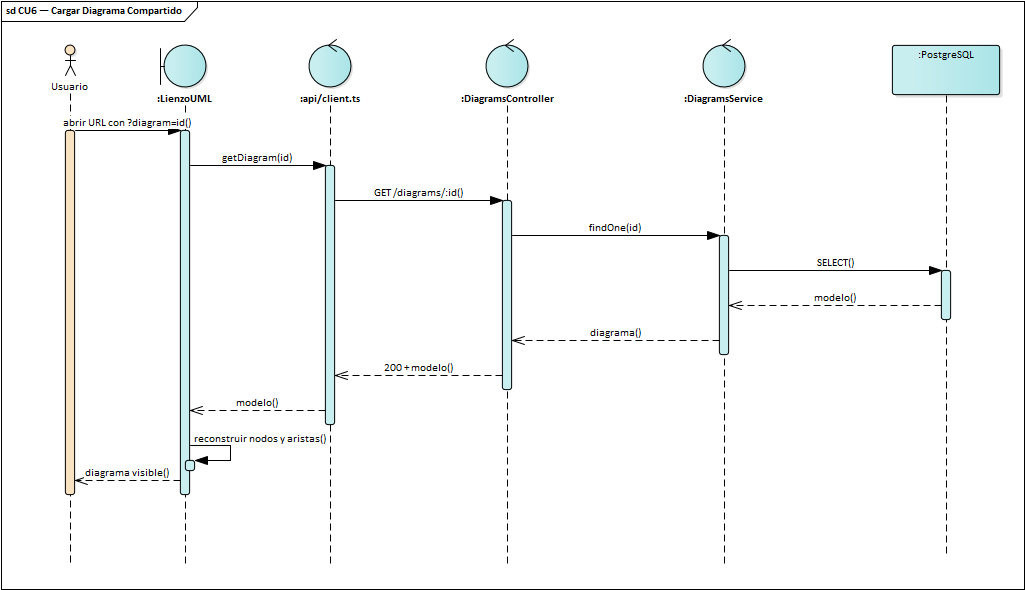
luisfernandoAngulo28/generador_diagrama_clases_uml keeps this PlantUML diagram as docs/diagrams/ea/img/ciclo1/seq_cu6.png. Above is the earlier version. Its source is kept beside it as docs/diagrams/1er_parcial/seq_cu6.plantuml. Its diagram source:
```plantuml
@startuml seq_cu6
!include ../2do_parcial/pud/_seq.iuml
title CU6 — Cargar Diagrama Compartido\n<size:11>Diagrama de Secuencia · UML 2.5.1 · Ciclo 1 (1er Parcial)</size>
actor "Usuario" as U
boundary ":LienzoUML" as L
control ":api/client.ts" as A
control ":DiagramsController" as DC
control ":DiagramsService" as DS
database ":PostgreSQL" as DB
U -> L : abrir URL con ?diagram=id
L -> A : getDiagram(id)
A -> DC : GET /diagrams/:id
DC -> DS : findOne(id)
DS -> DB : SELECT
DB --> DS : modelo
DS --> DC : diagrama
DC --> A : 200 + modelo
A --> L : modelo
L -> L : reconstruir nodos y aristas
L --> U : diagrama visible
@enduml
```
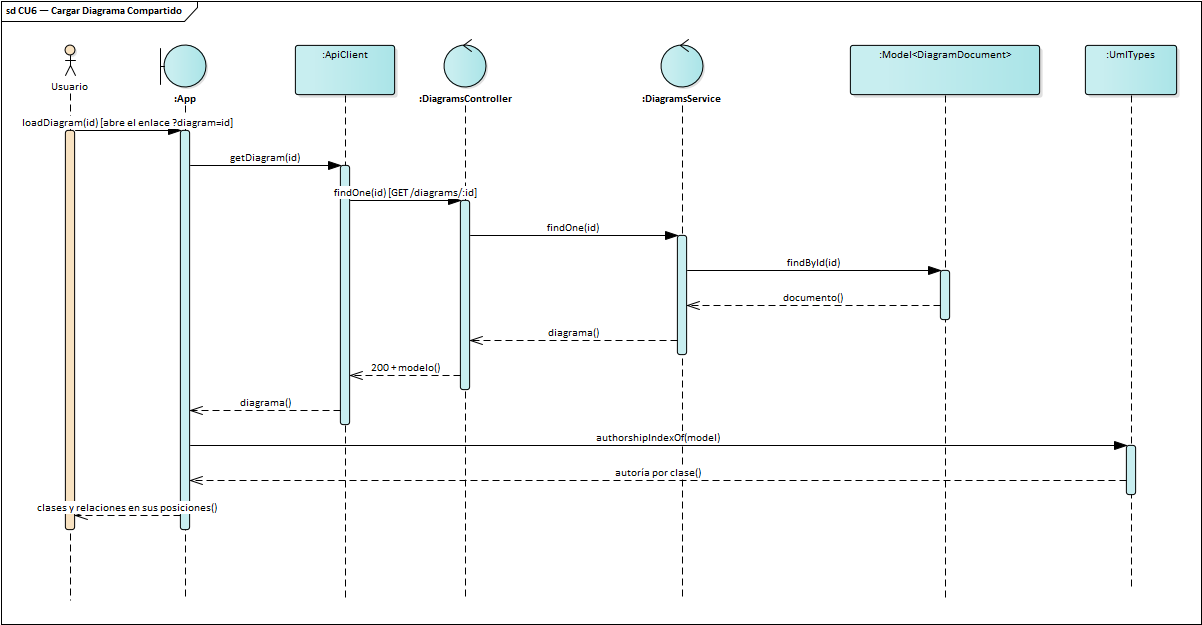
Later version of the same file.

Diff of the diagram source:
```diff
@@ -1,21 +1,23 @@
 @startuml seq_cu6
 !include ../2do_parcial/pud/_seq.iuml
-title CU6 — Cargar Diagrama Compartido\n<size:11>Diagrama de Secuencia · UML 2.5.1 · Ciclo 1 (1er Parcial)</size>
-actor "Usuario" as U
-boundary ":LienzoUML" as L
-control ":api/client.ts" as A
-control ":DiagramsController" as DC
-control ":DiagramsService" as DS
-database ":PostgreSQL" as DB
-U -> L : abrir URL con ?diagram=id
-L -> A : getDiagram(id)
-A -> DC : GET /diagrams/:id
-DC -> DS : findOne(id)
-DS -> DB : SELECT
-DB --> DS : modelo
-DS --> DC : diagrama
-DC --> A : 200 + modelo
-A --> L : modelo
-L -> L : reconstruir nodos y aristas
-L --> U : diagrama visible
+title CU6 — Cargar Diagrama Compartido\n<size:11>Diagrama de Secuencia · UML 2.5.1 · Ciclo 1 · cada mensaje es una operación de la clase que lo recibe</size>
+actor Usuario as U
+boundary ":App" as A
+participant ":ApiClient" as API
+control ":DiagramsController" as C
+control ":DiagramsService" as S
+participant ":Model<DiagramDocument>" as DB
+participant ":UmlTypes" as T
+U -> A : loadDiagram(id) [abre el enlace ?diagram=id]
+A -> API : getDiagram(id)
+API -> C : findOne(id) [GET /diagrams/:id]
+C -> S : findOne(id)
+S -> DB : findById(id)
+DB --> S : documento
+S --> C : diagrama
+C --> API : 200 + modelo
+API --> A : diagrama
+A -> T : authorshipIndexOf(model)
+T --> A : autoría por clase
+A --> U : clases y relaciones en sus posiciones
 @enduml
```
